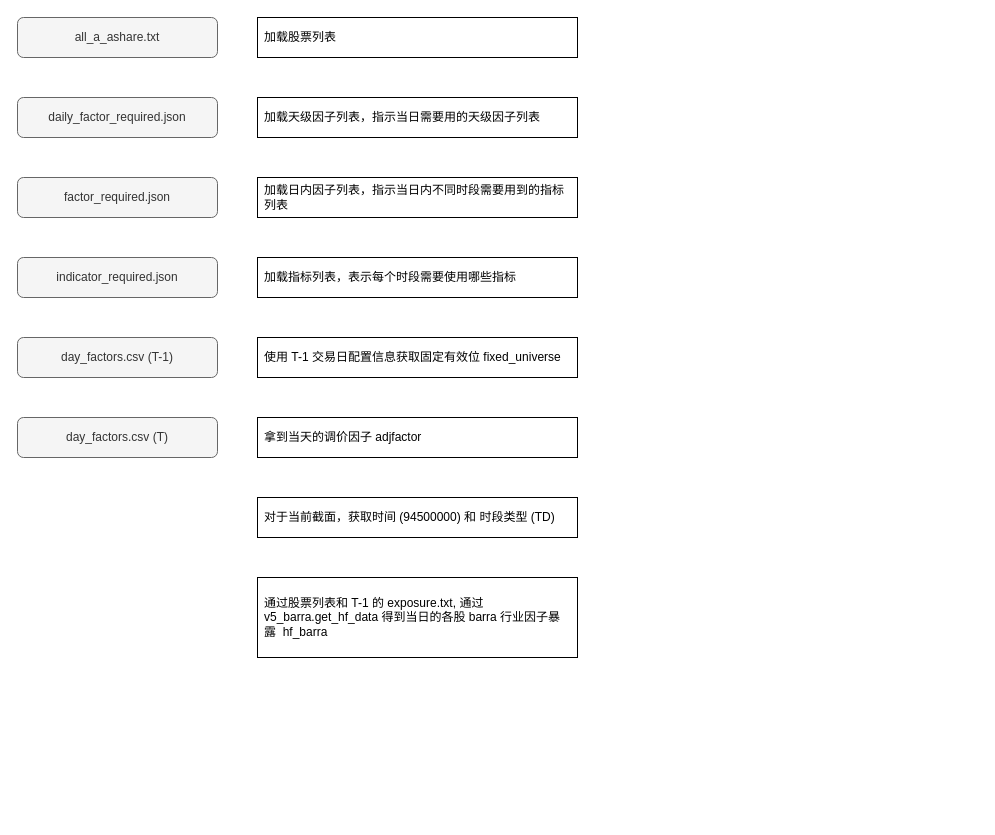
zhaxd123/drawio keeps this draw.io diagram as gaalaxy.drawio. Above is the earlier version. Source tidied: cells renumbered, new cells numbered last; positions are measured from the earlier drawing's top-left corner, leaving out a move shared by most shapes. Both pictures are drawn from the tidied source at 100%, with x=0, y=0 at pixel (17, 17).
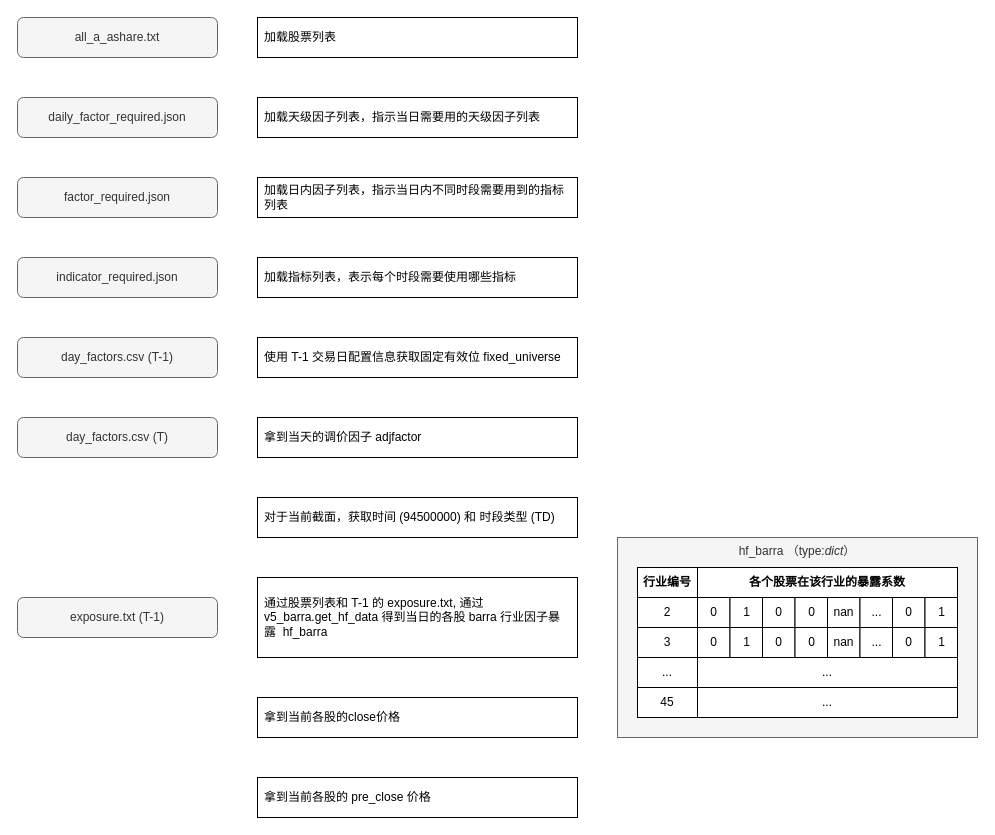
The same diagram, later.

Change to the diagram source:
```diff
@@
+    <mxCell id="16" value="exposure.txt (T-1)" style="rounded=1;whiteSpace=wrap;html=1;fillColor=#f5f5f5;strokeColor=#666666;fontColor=#333333;" parent="1" vertex="1">
+      <mxGeometry y="580" width="200" height="40" as="geometry" />
+    </mxCell>
+    <mxCell id="17" style="group;" parent="1" vertex="1">
+      <mxGeometry x="600" y="520" width="360" height="200" as="geometry" />
+    </mxCell>
+    <mxCell id="18" value="hf_barra （type:&lt;i&gt;dict&lt;/i&gt;）" style="rounded=0;whiteSpace=wrap;html=1;verticalAlign=top;fillColor=#f5f5f5;fontColor=#333333;strokeColor=#666666;" parent="17" vertex="1">
+      <mxGeometry width="360" height="200" as="geometry" />
+    </mxCell>
+    <mxCell id="19" value="行业编号" style="rounded=0;whiteSpace=wrap;html=1;fontStyle=1;" parent="17" vertex="1">
+      <mxGeometry x="20" y="30" width="60" height="30" as="geometry" />
+    </mxCell>
+    <mxCell id="20" value="2" style="rounded=0;whiteSpace=wrap;html=1;" parent="17" vertex="1">
+      <mxGeometry x="20" y="60" width="60" height="30" as="geometry" />
+    </mxCell>
+    <mxCell id="21" value="3" style="rounded=0;whiteSpace=wrap;html=1;" parent="17" vertex="1">
+      <mxGeometry x="20" y="90" width="60" height="30" as="geometry" />
+    </mxCell>
+    <mxCell id="22" value="..." style="rounded=0;whiteSpace=wrap;html=1;" parent="17" vertex="1">
+      <mxGeometry x="20" y="120" width="60" height="30" as="geometry" />
+    </mxCell>
+    <mxCell id="23" value="45" style="rounded=0;whiteSpace=wrap;html=1;" parent="17" vertex="1">
+      <mxGeometry x="20" y="150" width="60" height="30" as="geometry" />
+    </mxCell>
+    <mxCell id="24" value="0" style="rounded=0;whiteSpace=wrap;html=1;" parent="17" vertex="1">
+      <mxGeometry x="80" y="60" width="32.5" height="30" as="geometry" />
+    </mxCell>
+    <mxCell id="25" value="1" style="rounded=0;whiteSpace=wrap;html=1;" parent="17" vertex="1">
+      <mxGeometry x="112.5" y="60" width="32.5" height="30" as="geometry" />
+    </mxCell>
+    <mxCell id="26" value="0" style="rounded=0;whiteSpace=wrap;html=1;" parent="17" vertex="1">
+      <mxGeometry x="145" y="60" width="32.5" height="30" as="geometry" />
+    </mxCell>
+    <mxCell id="27" value="0" style="rounded=0;whiteSpace=wrap;html=1;" parent="17" vertex="1">
+      <mxGeometry x="177.5" y="60" width="32.5" height="30" as="geometry" />
+    </mxCell>
+    <mxCell id="28" value="nan" style="rounded=0;whiteSpace=wrap;html=1;" parent="17" vertex="1">
+      <mxGeometry x="210" y="60" width="32.5" height="30" as="geometry" />
+    </mxCell>
+    <mxCell id="29" value="..." style="rounded=0;whiteSpace=wrap;html=1;" parent="17" vertex="1">
+      <mxGeometry x="242.5" y="60" width="32.5" height="30" as="geometry" />
+    </mxCell>
+    <mxCell id="30" value="0" style="rounded=0;whiteSpace=wrap;html=1;" parent="17" vertex="1">
+      <mxGeometry x="275" y="60" width="32.5" height="30" as="geometry" />
+    </mxCell>
+    <mxCell id="31" value="1" style="rounded=0;whiteSpace=wrap;html=1;" parent="17" vertex="1">
+      <mxGeometry x="307.5" y="60" width="32.5" height="30" as="geometry" />
+    </mxCell>
+    <mxCell id="32" value="各个股票在该行业的暴露系数" style="rounded=0;whiteSpace=wrap;html=1;fontStyle=1;" parent="17" vertex="1">
+      <mxGeometry x="80" y="30" width="260" height="30" as="geometry" />
+    </mxCell>
+    <mxCell id="33" value="0" style="rounded=0;whiteSpace=wrap;html=1;" parent="17" vertex="1">
+      <mxGeometry x="80" y="90" width="32.5" height="30" as="geometry" />
+    </mxCell>
+    <mxCell id="34" value="1" style="rounded=0;whiteSpace=wrap;html=1;" parent="17" vertex="1">
+      <mxGeometry x="112.5" y="90" width="32.5" height="30" as="geometry" />
+    </mxCell>
+    <mxCell id="35" value="0" style="rounded=0;whiteSpace=wrap;html=1;" parent="17" vertex="1">
+      <mxGeometry x="145" y="90" width="32.5" height="30" as="geometry" />
+    </mxCell>
+    <mxCell id="36" value="0" style="rounded=0;whiteSpace=wrap;html=1;" parent="17" vertex="1">
+      <mxGeometry x="177.5" y="90" width="32.5" height="30" as="geometry" />
+    </mxCell>
+    <mxCell id="37" value="nan" style="rounded=0;whiteSpace=wrap;html=1;" parent="17" vertex="1">
+      <mxGeometry x="210" y="90" width="32.5" height="30" as="geometry" />
+    </mxCell>
+    <mxCell id="38" value="..." style="rounded=0;whiteSpace=wrap;html=1;" parent="17" vertex="1">
+      <mxGeometry x="242.5" y="90" width="32.5" height="30" as="geometry" />
+    </mxCell>
+    <mxCell id="39" value="0" style="rounded=0;whiteSpace=wrap;html=1;" parent="17" vertex="1">
+      <mxGeometry x="275" y="90" width="32.5" height="30" as="geometry" />
+    </mxCell>
+    <mxCell id="40" value="1" style="rounded=0;whiteSpace=wrap;html=1;" parent="17" vertex="1">
+      <mxGeometry x="307.5" y="90" width="32.5" height="30" as="geometry" />
+    </mxCell>
+    <mxCell id="41" value="..." style="rounded=0;whiteSpace=wrap;html=1;" parent="17" vertex="1">
+      <mxGeometry x="80" y="120" width="260" height="30" as="geometry" />
+    </mxCell>
+    <mxCell id="42" value="..." style="rounded=0;whiteSpace=wrap;html=1;" parent="17" vertex="1">
+      <mxGeometry x="80" y="150" width="260" height="30" as="geometry" />
+    </mxCell>
+    <mxCell id="43" value="拿到当前各股的close价格" style="rounded=0;whiteSpace=wrap;html=1;align=left;spacingLeft=5;spacingRight=5;spacingTop=2;spacingBottom=2;" parent="1" vertex="1">
+      <mxGeometry x="240" y="680" width="320" height="40" as="geometry" />
+    </mxCell>
+    <mxCell id="44" value="拿到当前各股的 pre_close 价格" style="rounded=0;whiteSpace=wrap;html=1;align=left;spacingLeft=5;spacingRight=5;spacingTop=2;spacingBottom=2;" parent="1" vertex="1">
+      <mxGeometry x="240" y="760" width="320" height="40" as="geometry" />
+    </mxCell>
```
